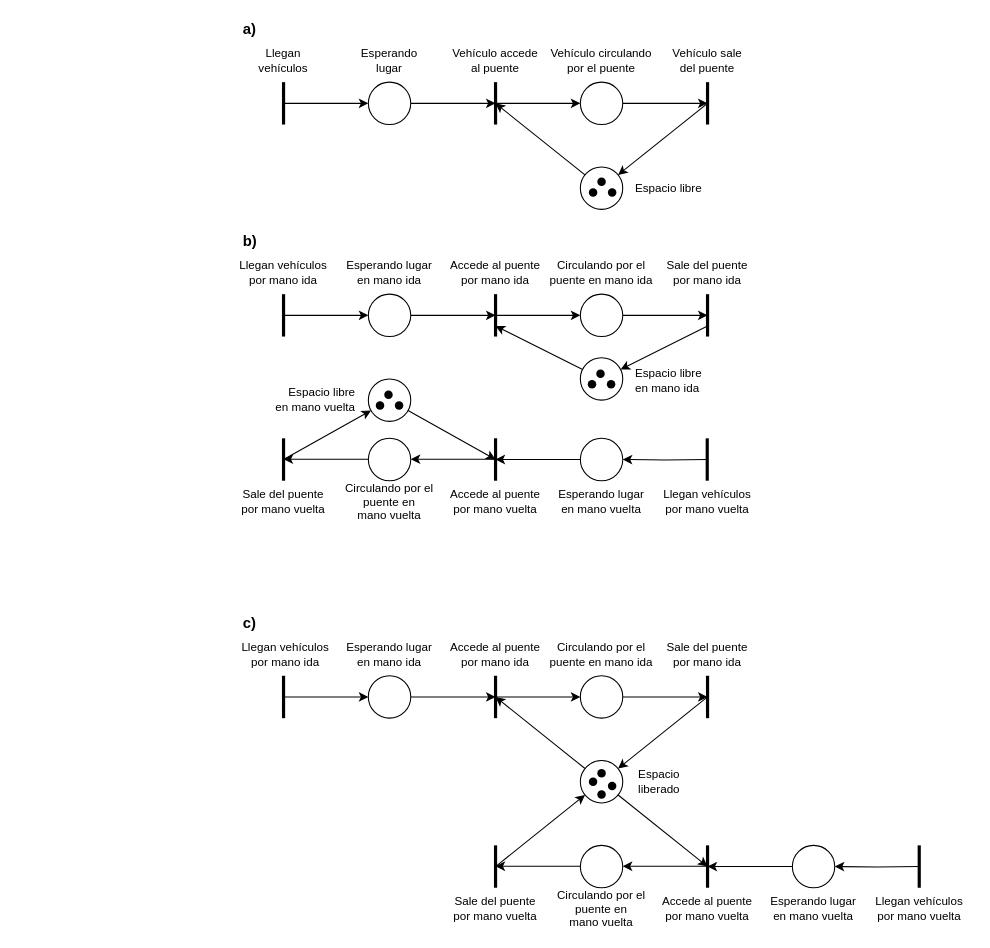
This is RP_6.drawio from mvalleym/ing_software1, a draw.io file, before an edit. Source tidied: cells renumbered, new cells numbered last; positions are measured from the earlier drawing's top-left corner, leaving out a move shared by most shapes. Both pictures are drawn from the tidied source at 106%, with x=0, y=0 at pixel (230, 18).
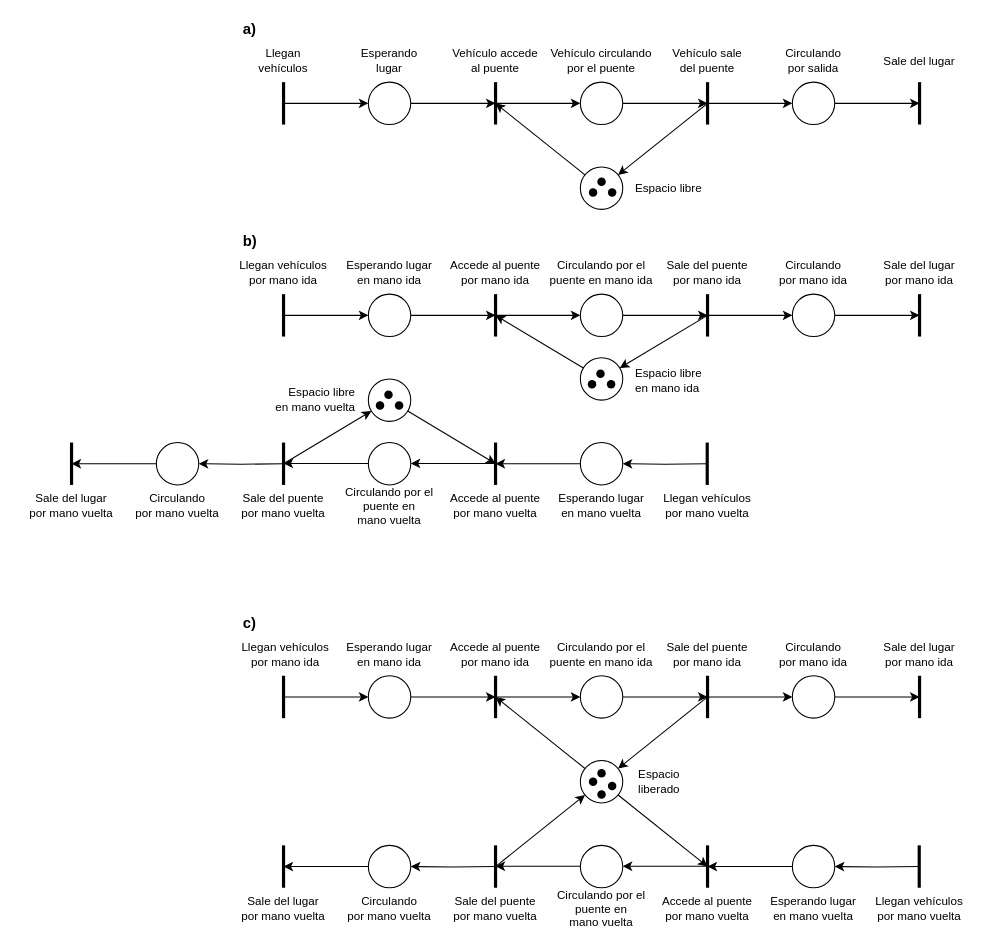
The same page after the edit.

Unchanged cells that the change refers to:
```xml
<mxCell id="34" style="ellipse;whiteSpace=wrap;html=1;" parent="1" vertex="1">
  <mxGeometry x="330" y="320" width="40" height="40" as="geometry" />
</mxCell>
<mxCell id="79" style="ellipse;whiteSpace=wrap;html=1;" parent="1" vertex="1">
  <mxGeometry x="130" y="340" width="40" height="40" as="geometry" />
</mxCell>
```

What changed in the source:
```diff
@@
     <mxCell id="33" style="rounded=0;jettySize=auto;html=1;strokeWidth=1;" parent="1" edge="1" source="34">
       <mxGeometry relative="1" as="geometry">
-        <mxPoint x="250" y="290" as="targetPoint" />
+        <mxPoint x="250" y="280" as="targetPoint" />
       </mxGeometry>
     </mxCell>
@@
     <mxCell id="35" style="endArrow=classic;html=1;strokeWidth=1;" parent="1" edge="1" target="34">
       <mxGeometry relative="1" as="geometry">
-        <mxPoint x="450" y="290" as="sourcePoint" />
+        <mxPoint x="450" y="280" as="sourcePoint" />
       </mxGeometry>
     </mxCell>
@@
     <mxCell id="43" style="endArrow=none;html=1;strokeWidth=3;" parent="1" edge="1">
       <mxGeometry relative="1" as="geometry">
-        <mxPoint x="449.7" y="436" as="sourcePoint" />
-        <mxPoint x="449.7" y="396" as="targetPoint" />
+        <mxPoint x="449.7" y="440" as="sourcePoint" />
+        <mxPoint x="449.7" y="400" as="targetPoint" />
       </mxGeometry>
     </mxCell>
     <mxCell id="44" style="edgeStyle=orthogonalEdgeStyle;rounded=0;jettySize=auto;html=1;strokeWidth=1;" parent="1" edge="1" target="45">
       <mxGeometry relative="1" as="geometry">
-        <mxPoint x="450" y="416" as="sourcePoint" />
+        <mxPoint x="450" y="420" as="sourcePoint" />
       </mxGeometry>
     </mxCell>
     <mxCell id="45" style="ellipse;whiteSpace=wrap;html=1;" parent="1" vertex="1">
-      <mxGeometry x="330" y="396" width="40" height="40" as="geometry" />
+      <mxGeometry x="330" y="400" width="40" height="40" as="geometry" />
     </mxCell>
     <mxCell id="46" style="endArrow=classic;html=1;strokeWidth=1;" parent="1" edge="1" source="45">
       <mxGeometry relative="1" as="geometry">
-        <mxPoint x="250" y="416" as="targetPoint" />
+        <mxPoint x="250" y="420" as="targetPoint" />
       </mxGeometry>
     </mxCell>
     <mxCell id="47" style="endArrow=none;html=1;strokeWidth=3;" parent="1" edge="1">
       <mxGeometry relative="1" as="geometry">
-        <mxPoint x="50" y="436" as="sourcePoint" />
-        <mxPoint x="50" y="396" as="targetPoint" />
+        <mxPoint x="50" y="440" as="sourcePoint" />
+        <mxPoint x="50" y="400" as="targetPoint" />
       </mxGeometry>
     </mxCell>
     <mxCell id="48" style="ellipse;whiteSpace=wrap;html=1;" parent="1" vertex="1">
-      <mxGeometry x="130" y="396" width="40" height="40" as="geometry" />
+      <mxGeometry x="130" y="400" width="40" height="40" as="geometry" />
     </mxCell>
     <mxCell id="49" style="endArrow=none;html=1;strokeWidth=3;" parent="1" edge="1">
       <mxGeometry relative="1" as="geometry">
-        <mxPoint x="250" y="436" as="sourcePoint" />
-        <mxPoint x="250" y="396" as="targetPoint" />
+        <mxPoint x="250" y="440" as="sourcePoint" />
+        <mxPoint x="250" y="400" as="targetPoint" />
       </mxGeometry>
     </mxCell>
     <mxCell id="50" value="Llegan vehículos por mano vuelta" style="text;html=1;strokeColor=none;fillColor=none;align=center;verticalAlign=middle;whiteSpace=wrap;rounded=0;fontSize=11;" parent="1" vertex="1">
-      <mxGeometry x="400" y="436" width="100" height="40" as="geometry" />
+      <mxGeometry x="400" y="440" width="100" height="40" as="geometry" />
     </mxCell>
     <mxCell id="51" value="&lt;div style=&quot;font-size: 11px&quot;&gt;Esperando lugar&lt;/div&gt;&lt;div style=&quot;font-size: 11px&quot;&gt;en mano vuelta&lt;br&gt;&lt;/div&gt;" style="text;html=1;strokeColor=none;fillColor=none;align=center;verticalAlign=middle;whiteSpace=wrap;rounded=0;fontSize=11;" parent="1" vertex="1">
-      <mxGeometry x="300" y="441" width="100" height="30" as="geometry" />
+      <mxGeometry x="300" y="445" width="100" height="30" as="geometry" />
     </mxCell>
     <mxCell id="52" value="Accede al puente por mano vuelta" style="text;html=1;strokeColor=none;fillColor=none;align=center;verticalAlign=middle;whiteSpace=wrap;rounded=0;fontSize=11;" parent="1" vertex="1">
-      <mxGeometry x="200" y="436" width="100" height="40" as="geometry" />
+      <mxGeometry x="200" y="440" width="100" height="40" as="geometry" />
     </mxCell>
     <mxCell id="53" value="&lt;div&gt;Circulando por el puente en&lt;/div&gt;&lt;div&gt;mano vuelta&lt;br&gt;&lt;/div&gt;" style="text;html=1;strokeColor=none;fillColor=none;align=center;verticalAlign=middle;whiteSpace=wrap;rounded=0;fontSize=11;" parent="1" vertex="1">
-      <mxGeometry x="100" y="436" width="100" height="40" as="geometry" />
+      <mxGeometry x="100" y="440" width="100" height="40" as="geometry" />
     </mxCell>
     <mxCell id="54" value="&lt;div&gt;Sale del puente&lt;/div&gt;&lt;div&gt;por mano vuelta&lt;br&gt;&lt;/div&gt;" style="text;html=1;strokeColor=none;fillColor=none;align=center;verticalAlign=middle;whiteSpace=wrap;rounded=0;fontSize=11;" parent="1" vertex="1">
-      <mxGeometry y="436" width="100" height="40" as="geometry" />
+      <mxGeometry y="440" width="100" height="40" as="geometry" />
     </mxCell>
@@
     <mxCell id="81" style="rounded=0;jettySize=auto;html=1;strokeWidth=1;" parent="1" edge="1" source="79">
       <mxGeometry relative="1" as="geometry">
-        <mxPoint x="250" y="416" as="targetPoint" />
+        <mxPoint x="250" y="420" as="targetPoint" />
       </mxGeometry>
     </mxCell>
     <mxCell id="82" style="endArrow=classic;html=1;strokeWidth=1;" parent="1" edge="1" target="79">
       <mxGeometry relative="1" as="geometry">
-        <mxPoint x="50" y="416" as="sourcePoint" />
+        <mxPoint x="50" y="420" as="sourcePoint" />
       </mxGeometry>
     </mxCell>
     <mxCell id="83" style="endArrow=classic;html=1;strokeWidth=1;" parent="1" edge="1">
       <mxGeometry relative="1" as="geometry">
-        <mxPoint x="130" y="415.7" as="sourcePoint" />
-        <mxPoint x="50" y="415.7" as="targetPoint" />
+        <mxPoint x="130" y="419.7" as="sourcePoint" />
+        <mxPoint x="50" y="419.7" as="targetPoint" />
       </mxGeometry>
     </mxCell>
     <mxCell id="84" style="edgeStyle=orthogonalEdgeStyle;rounded=0;orthogonalLoop=1;jettySize=auto;html=1;strokeWidth=1;" parent="1" edge="1">
       <mxGeometry relative="1" as="geometry">
-        <mxPoint x="250" y="415.7" as="sourcePoint" />
-        <mxPoint x="170" y="415.7" as="targetPoint" />
+        <mxPoint x="250" y="419.7" as="sourcePoint" />
+        <mxPoint x="170" y="419.7" as="targetPoint" />
       </mxGeometry>
     </mxCell>
@@
+    <mxCell id="106" style="ellipse;whiteSpace=wrap;html=1;" parent="1" vertex="1">
+      <mxGeometry x="130" y="780" width="40" height="40" as="geometry" />
+    </mxCell>
+    <mxCell id="107" style="endArrow=classic;html=1;strokeWidth=1;" parent="1" edge="1" source="106">
+      <mxGeometry relative="1" as="geometry">
+        <mxPoint x="50" y="800" as="targetPoint" />
+      </mxGeometry>
+    </mxCell>
+    <mxCell id="108" style="endArrow=none;html=1;strokeWidth=3;" parent="1" edge="1">
+      <mxGeometry relative="1" as="geometry">
+        <mxPoint x="50" y="820" as="sourcePoint" />
+        <mxPoint x="50" y="780" as="targetPoint" />
+      </mxGeometry>
+    </mxCell>
+    <mxCell id="109" value="&lt;div&gt;Circulando&lt;br&gt;&lt;/div&gt;&lt;div&gt;por mano vuelta&lt;br&gt;&lt;/div&gt;" style="text;html=1;strokeColor=none;fillColor=none;align=center;verticalAlign=middle;whiteSpace=wrap;rounded=0;fontSize=11;" parent="1" vertex="1">
+      <mxGeometry x="100" y="825" width="100" height="30" as="geometry" />
+    </mxCell>
+    <mxCell id="110" value="&lt;div&gt;Sale del lugar&lt;/div&gt;&lt;div&gt;por mano vuelta&lt;br&gt;&lt;/div&gt;" style="text;html=1;strokeColor=none;fillColor=none;align=center;verticalAlign=middle;whiteSpace=wrap;rounded=0;fontSize=11;" parent="1" vertex="1">
+      <mxGeometry y="820" width="100" height="40" as="geometry" />
+    </mxCell>
+    <mxCell id="111" style="edgeStyle=orthogonalEdgeStyle;rounded=0;jettySize=auto;html=1;strokeWidth=1;" parent="1" edge="1" target="106">
+      <mxGeometry relative="1" as="geometry">
+        <mxPoint x="250" y="800" as="sourcePoint" />
+      </mxGeometry>
+    </mxCell>
+    <mxCell id="112" style="edgeStyle=orthogonalEdgeStyle;rounded=0;jettySize=auto;html=1;strokeWidth=1;" parent="1" edge="1" source="113">
+      <mxGeometry relative="1" as="geometry">
+        <mxPoint x="650" y="640" as="targetPoint" />
+      </mxGeometry>
+    </mxCell>
+    <mxCell id="113" style="ellipse;whiteSpace=wrap;html=1;" parent="1" vertex="1">
+      <mxGeometry x="530" y="620" width="40" height="40" as="geometry" />
+    </mxCell>
+    <mxCell id="114" style="endArrow=none;html=1;strokeWidth=3;" parent="1" edge="1">
+      <mxGeometry relative="1" as="geometry">
+        <mxPoint x="650" y="660" as="sourcePoint" />
+        <mxPoint x="650" y="620" as="targetPoint" />
+      </mxGeometry>
+    </mxCell>
+    <mxCell id="115" value="&lt;div&gt;Circulando&lt;/div&gt;&lt;div&gt;por mano ida&lt;br&gt;&lt;/div&gt;" style="text;html=1;strokeColor=none;fillColor=none;align=center;verticalAlign=middle;whiteSpace=wrap;rounded=0;fontSize=11;" parent="1" vertex="1">
+      <mxGeometry x="500" y="580" width="100" height="40" as="geometry" />
+    </mxCell>
+    <mxCell id="116" value="&lt;div&gt;Sale del lugar&lt;br&gt;&lt;/div&gt;&lt;div&gt;por mano ida&lt;br&gt;&lt;/div&gt;" style="text;html=1;strokeColor=none;fillColor=none;align=center;verticalAlign=middle;whiteSpace=wrap;rounded=0;fontSize=11;" parent="1" vertex="1">
+      <mxGeometry x="600" y="580" width="100" height="40" as="geometry" />
+    </mxCell>
+    <mxCell id="117" style="endArrow=classic;html=1;strokeWidth=1;" parent="1" edge="1" target="113">
+      <mxGeometry relative="1" as="geometry">
+        <mxPoint x="450" y="640" as="sourcePoint" />
+      </mxGeometry>
+    </mxCell>
+    <mxCell id="118" style="ellipse;whiteSpace=wrap;html=1;" parent="1" vertex="1">
+      <mxGeometry x="-70" y="400" width="40" height="40" as="geometry" />
+    </mxCell>
+    <mxCell id="119" style="endArrow=classic;html=1;strokeWidth=1;" parent="1" edge="1" source="118">
+      <mxGeometry relative="1" as="geometry">
+        <mxPoint x="-150" y="420" as="targetPoint" />
+      </mxGeometry>
+    </mxCell>
+    <mxCell id="120" style="endArrow=none;html=1;strokeWidth=3;" parent="1" edge="1">
+      <mxGeometry relative="1" as="geometry">
+        <mxPoint x="-150" y="440" as="sourcePoint" />
+        <mxPoint x="-150" y="400" as="targetPoint" />
+      </mxGeometry>
+    </mxCell>
+    <mxCell id="121" value="&lt;div&gt;Circulando&lt;br&gt;&lt;/div&gt;&lt;div&gt;por mano vuelta&lt;br&gt;&lt;/div&gt;" style="text;html=1;strokeColor=none;fillColor=none;align=center;verticalAlign=middle;whiteSpace=wrap;rounded=0;fontSize=11;" parent="1" vertex="1">
+      <mxGeometry x="-100" y="445" width="100" height="30" as="geometry" />
+    </mxCell>
+    <mxCell id="122" value="&lt;div&gt;Sale del lugar&lt;/div&gt;&lt;div&gt;por mano vuelta&lt;br&gt;&lt;/div&gt;" style="text;html=1;strokeColor=none;fillColor=none;align=center;verticalAlign=middle;whiteSpace=wrap;rounded=0;fontSize=11;" parent="1" vertex="1">
+      <mxGeometry x="-200" y="440" width="100" height="40" as="geometry" />
+    </mxCell>
+    <mxCell id="123" style="edgeStyle=orthogonalEdgeStyle;rounded=0;jettySize=auto;html=1;strokeWidth=1;" parent="1" edge="1" target="118">
+      <mxGeometry relative="1" as="geometry">
+        <mxPoint x="50" y="420" as="sourcePoint" />
+      </mxGeometry>
+    </mxCell>
+    <mxCell id="124" style="edgeStyle=orthogonalEdgeStyle;rounded=0;jettySize=auto;html=1;strokeWidth=1;" parent="1" edge="1" source="125">
+      <mxGeometry relative="1" as="geometry">
+        <mxPoint x="650" y="280" as="targetPoint" />
+      </mxGeometry>
+    </mxCell>
+    <mxCell id="125" style="ellipse;whiteSpace=wrap;html=1;" parent="1" vertex="1">
+      <mxGeometry x="530" y="260" width="40" height="40" as="geometry" />
+    </mxCell>
+    <mxCell id="126" style="endArrow=none;html=1;strokeWidth=3;" parent="1" edge="1">
+      <mxGeometry relative="1" as="geometry">
+        <mxPoint x="650" y="300" as="sourcePoint" />
+        <mxPoint x="650" y="260" as="targetPoint" />
+      </mxGeometry>
+    </mxCell>
+    <mxCell id="127" value="&lt;div&gt;Circulando&lt;/div&gt;&lt;div&gt;por mano ida&lt;br&gt;&lt;/div&gt;" style="text;html=1;strokeColor=none;fillColor=none;align=center;verticalAlign=middle;whiteSpace=wrap;rounded=0;fontSize=11;" parent="1" vertex="1">
+      <mxGeometry x="500" y="220" width="100" height="40" as="geometry" />
+    </mxCell>
+    <mxCell id="128" value="&lt;div&gt;Sale del lugar&lt;br&gt;&lt;/div&gt;&lt;div&gt;por mano ida&lt;br&gt;&lt;/div&gt;" style="text;html=1;strokeColor=none;fillColor=none;align=center;verticalAlign=middle;whiteSpace=wrap;rounded=0;fontSize=11;" parent="1" vertex="1">
+      <mxGeometry x="600" y="220" width="100" height="40" as="geometry" />
+    </mxCell>
+    <mxCell id="129" style="endArrow=classic;html=1;strokeWidth=1;" parent="1" edge="1" target="125">
+      <mxGeometry relative="1" as="geometry">
+        <mxPoint x="450" y="280" as="sourcePoint" />
+      </mxGeometry>
+    </mxCell>
+    <mxCell id="130" style="edgeStyle=orthogonalEdgeStyle;rounded=0;jettySize=auto;html=1;strokeWidth=1;" parent="1" edge="1" source="131">
+      <mxGeometry relative="1" as="geometry">
+        <mxPoint x="650" y="80" as="targetPoint" />
+      </mxGeometry>
+    </mxCell>
+    <mxCell id="131" style="ellipse;whiteSpace=wrap;html=1;" parent="1" vertex="1">
+      <mxGeometry x="530" y="60" width="40" height="40" as="geometry" />
+    </mxCell>
+    <mxCell id="132" style="endArrow=none;html=1;strokeWidth=3;" parent="1" edge="1">
+      <mxGeometry relative="1" as="geometry">
+        <mxPoint x="650" y="100" as="sourcePoint" />
+        <mxPoint x="650" y="60" as="targetPoint" />
+      </mxGeometry>
+    </mxCell>
+    <mxCell id="133" value="&lt;div&gt;Circulando&lt;/div&gt;&lt;div&gt;por salida&lt;br&gt;&lt;/div&gt;" style="text;html=1;strokeColor=none;fillColor=none;align=center;verticalAlign=middle;whiteSpace=wrap;rounded=0;fontSize=11;" parent="1" vertex="1">
+      <mxGeometry x="500" y="20" width="100" height="40" as="geometry" />
+    </mxCell>
+    <mxCell id="134" value="&lt;div&gt;Sale del lugar&lt;br&gt;&lt;/div&gt;" style="text;html=1;strokeColor=none;fillColor=none;align=center;verticalAlign=middle;whiteSpace=wrap;rounded=0;fontSize=11;" parent="1" vertex="1">
+      <mxGeometry x="600" y="20" width="100" height="40" as="geometry" />
+    </mxCell>
+    <mxCell id="135" style="endArrow=classic;html=1;strokeWidth=1;" parent="1" edge="1" target="131">
+      <mxGeometry relative="1" as="geometry">
+        <mxPoint x="450" y="80" as="sourcePoint" />
+      </mxGeometry>
+    </mxCell>
```
